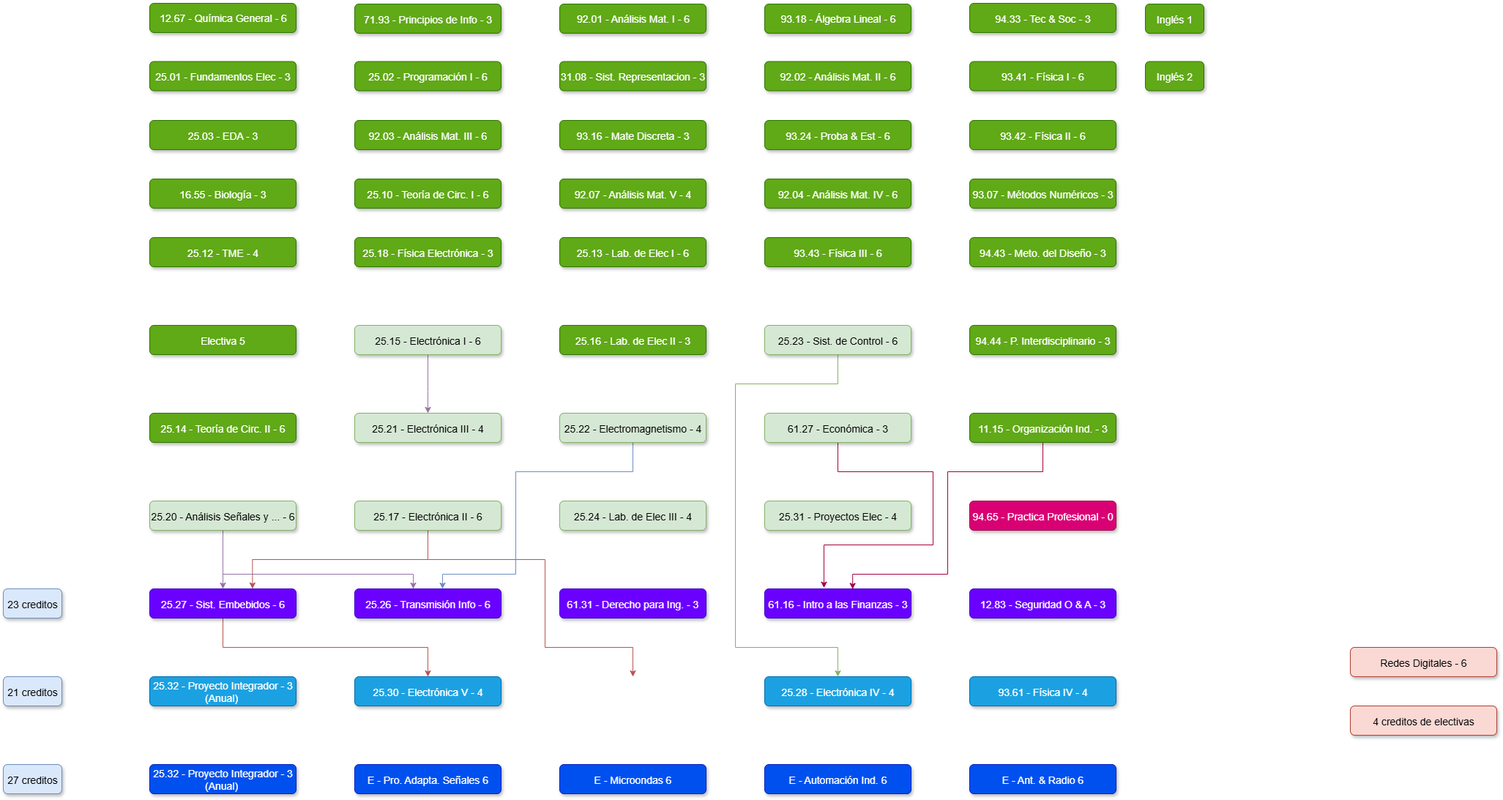
This is K22.drawio.png from juanipla/K22, a draw.io export, as it was before one commit. Source tidied: cells renumbered, new cells last; positions are measured from the earlier drawing's top-left corner, leaving out a move shared by most shapes.
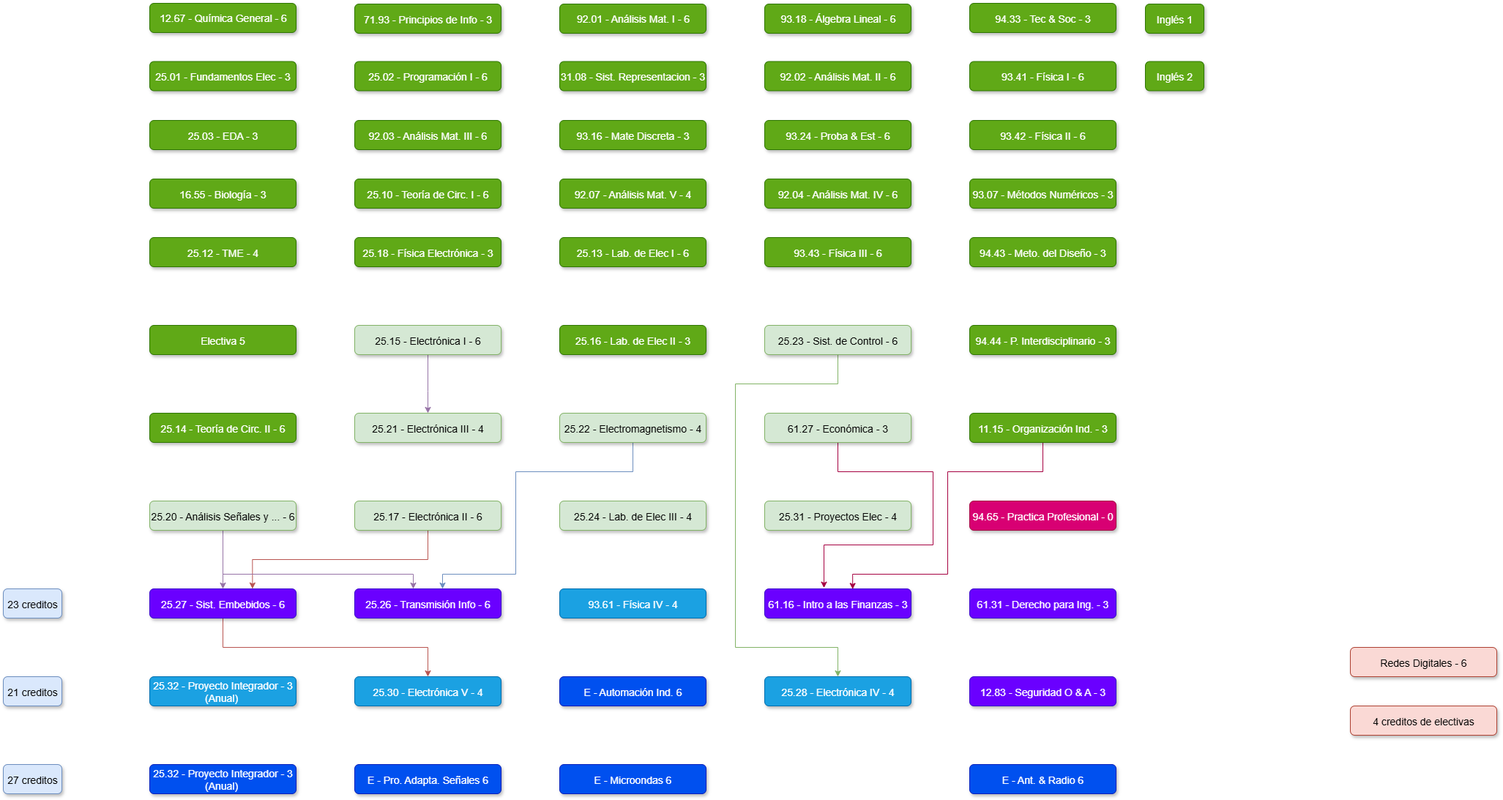
After the commit.

Change to the diagram source:
```diff
@@ -33,7 +33,7 @@
       <mxGeometry x="760" y="240" width="200" height="40" as="geometry" />
     </mxCell>
     <mxCell id="12" value="93.61 - Física IV - 4" style="rounded=1;fillColor=#1ba1e2;strokeColor=#006EAF;shadow=1;fontStyle=0;fontSize=14;labelBorderColor=none;labelBackgroundColor=none;verticalAlign=middle;fontColor=#ffffff;" parent="1" vertex="1">
-      <mxGeometry x="1320" y="920" width="200" height="40" as="geometry" />
+      <mxGeometry x="760" y="800" width="200" height="40" as="geometry" />
     </mxCell>
     <mxCell id="13" value="94.43 - Meto. del Diseño - 3" style="rounded=1;fillColor=#60a917;strokeColor=#2D7600;shadow=1;fontStyle=0;fontSize=14;labelBorderColor=none;labelBackgroundColor=none;verticalAlign=middle;fontColor=#ffffff;" parent="1" vertex="1">
       <mxGeometry x="1320" y="320" width="200" height="40" as="geometry" />
@@ -63,17 +63,6 @@
         </Array>
       </mxGeometry>
     </mxCell>
-    <mxCell id="19" style="edgeStyle=orthogonalEdgeStyle;rounded=0;jettySize=auto;html=1;entryX=0.5;entryY=0;entryDx=0;entryDy=0;fillColor=#f8cecc;strokeColor=#b85450;" parent="1" edge="1" source="20">
-      <mxGeometry relative="1" as="geometry">
-        <mxPoint x="860" y="920" as="targetPoint" />
-        <Array as="points">
-          <mxPoint x="580" y="760" />
-          <mxPoint x="740" y="760" />
-          <mxPoint x="740" y="880" />
-          <mxPoint x="860" y="880" />
-        </Array>
-      </mxGeometry>
-    </mxCell>
     <mxCell id="20" value="25.17 - Electrónica II - 6" style="rounded=1;fillColor=#d5e8d4;strokeColor=#82b366;shadow=1;fontStyle=0;fontSize=14;labelBorderColor=none;labelBackgroundColor=none;verticalAlign=middle;" parent="1" vertex="1">
       <mxGeometry x="480" y="680" width="200" height="40" as="geometry" />
     </mxCell>
@@ -189,13 +178,13 @@
       <mxGeometry x="1040" y="680" width="200" height="40" as="geometry" />
     </mxCell>
     <mxCell id="45" value="12.83 - Seguridad O &amp; A - 3" style="rounded=1;fillColor=#6a00ff;strokeColor=#3700CC;shadow=1;fontStyle=0;fontSize=14;fontColor=#ffffff;labelBorderColor=none;labelBackgroundColor=none;verticalAlign=middle;" parent="1" vertex="1">
-      <mxGeometry x="1320" y="800" width="200" height="40" as="geometry" />
+      <mxGeometry x="1320" y="920" width="200" height="40" as="geometry" />
     </mxCell>
     <mxCell id="46" value="61.16 - Intro a las Finanzas - 3" style="rounded=1;fillColor=#6a00ff;strokeColor=#3700CC;shadow=1;fontStyle=0;fontSize=14;labelBorderColor=none;labelBackgroundColor=none;verticalAlign=middle;fontColor=#ffffff;" parent="1" vertex="1">
       <mxGeometry x="1040" y="800" width="200" height="40" as="geometry" />
     </mxCell>
     <mxCell id="47" value="61.31 - Derecho para Ing. - 3" style="rounded=1;fillColor=#6a00ff;strokeColor=#3700CC;shadow=1;fontStyle=0;fontSize=14;labelBorderColor=none;labelBackgroundColor=none;fontColor=#ffffff;" parent="1" vertex="1">
-      <mxGeometry x="760" y="800" width="200" height="40" as="geometry" />
+      <mxGeometry x="1320" y="800" width="200" height="40" as="geometry" />
     </mxCell>
     <mxCell id="48" value="25.32 - Proyecto Integrador - 3&#10;(Anual) " style="rounded=1;fillColor=#0050ef;strokeColor=#001DBC;shadow=1;fontStyle=0;fontSize=14;labelBorderColor=none;labelBackgroundColor=none;fontColor=#ffffff;" parent="1" vertex="1">
       <mxGeometry x="200" y="1040" width="200" height="40" as="geometry" />
@@ -246,7 +235,7 @@
       <mxGeometry x="480" y="1040" width="200" height="40" as="geometry" />
     </mxCell>
     <mxCell id="64" value="E - Automación Ind. 6" style="rounded=1;fillColor=#0050ef;strokeColor=#001DBC;shadow=1;fontStyle=0;fontSize=14;labelBorderColor=none;labelBackgroundColor=none;verticalAlign=middle;fontColor=#ffffff;" parent="1" vertex="1">
-      <mxGeometry x="1040" y="1040" width="200" height="40" as="geometry" />
+      <mxGeometry x="760" y="920" width="200" height="40" as="geometry" />
     </mxCell>
     <mxCell id="65" value="Inglés 1" style="rounded=1;fillColor=#60a917;strokeColor=#2D7600;shadow=1;fontStyle=0;fontSize=14;labelBorderColor=none;labelBackgroundColor=none;verticalAlign=middle;fontColor=#ffffff;" parent="1" vertex="1">
       <mxGeometry x="1560" y="1" width="80" height="40" as="geometry" />
```
